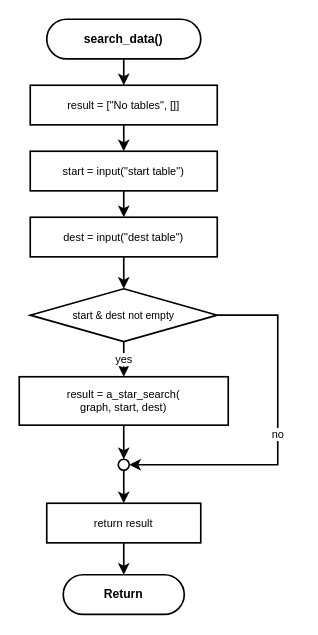
Above: program002/flowchart/08_search_data.drawio in kittiphong064008-cyber/AI-Coding (draw.io), before the change. Source tidied: cells renumbered, new cells numbered last; positions are measured from the earlier drawing's top-left corner, leaving out a move shared by most shapes. Both pictures are drawn from the tidied source at 110%, with x=0, y=0 at pixel (19, 19).
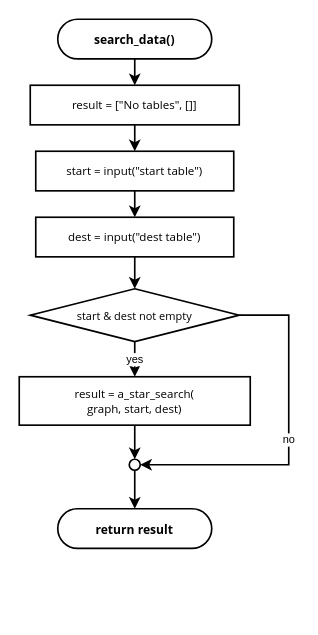
The same page after the edit.

Change to the diagram source:
```diff
@@
-    <mxCell id="2" value="search_data()" style="rounded=1;whiteSpace=wrap;html=1;arcSize=50;fillColor=#ffffff;strokeColor=#000000;strokeWidth=1.5;fontSize=11;fontFamily=Helvetica;fontStyle=1;" parent="1" vertex="1">
-      <mxGeometry x="25" width="140" height="36" as="geometry" />
+    <mxCell id="2" value="search_data()" style="rounded=1;whiteSpace=wrap;html=1;arcSize=50;fillColor=#ffffff;strokeColor=#000000;strokeWidth=1.5;fontSize=11;fontFamily=Segoe UI;fontStyle=1;" parent="1" vertex="1">
+      <mxGeometry x="35" width="140" height="36" as="geometry" />
     </mxCell>
-    <mxCell id="3" value="result = [&quot;No tables&quot;, []]" style="rounded=0;whiteSpace=wrap;html=1;fillColor=#ffffff;strokeColor=#000000;strokeWidth=1.5;fontSize=10;fontFamily=Helvetica;" parent="1" vertex="1">
-      <mxGeometry x="10" y="60" width="170" height="36" as="geometry" />
+    <mxCell id="3" value="result = [&quot;No tables&quot;, []]" style="rounded=0;whiteSpace=wrap;html=1;fillColor=#ffffff;strokeColor=#000000;strokeWidth=1.5;fontSize=10.5;fontFamily=Segoe UI;" parent="1" vertex="1">
+      <mxGeometry x="10" y="60" width="190" height="36" as="geometry" />
     </mxCell>
-    <mxCell id="4" value="start = input(&quot;start table&quot;)" style="rounded=0;whiteSpace=wrap;html=1;fillColor=#ffffff;strokeColor=#000000;strokeWidth=1.5;fontSize=10;fontFamily=Helvetica;" parent="1" vertex="1">
-      <mxGeometry x="10" y="120" width="170" height="36" as="geometry" />
+    <mxCell id="4" value="start = input(&quot;start table&quot;)" style="rounded=0;whiteSpace=wrap;html=1;fillColor=#ffffff;strokeColor=#000000;strokeWidth=1.5;fontSize=10.5;fontFamily=Segoe UI;" parent="1" vertex="1">
+      <mxGeometry x="15" y="120" width="180" height="36" as="geometry" />
     </mxCell>
-    <mxCell id="5" value="dest = input(&quot;dest table&quot;)" style="rounded=0;whiteSpace=wrap;html=1;fillColor=#ffffff;strokeColor=#000000;strokeWidth=1.5;fontSize=10;fontFamily=Helvetica;" parent="1" vertex="1">
-      <mxGeometry x="10" y="180" width="170" height="36" as="geometry" />
+    <mxCell id="5" value="dest = input(&quot;dest table&quot;)" style="rounded=0;whiteSpace=wrap;html=1;fillColor=#ffffff;strokeColor=#000000;strokeWidth=1.5;fontSize=10.5;fontFamily=Segoe UI;" parent="1" vertex="1">
+      <mxGeometry x="15" y="180" width="180" height="36" as="geometry" />
     </mxCell>
-    <mxCell id="6" value="start &amp; dest not empty" style="rhombus;whiteSpace=wrap;html=1;fillColor=#ffffff;strokeColor=#000000;strokeWidth=1.5;fontSize=9.5;fontFamily=Helvetica;" parent="1" vertex="1">
-      <mxGeometry x="10" y="245" width="170" height="48" as="geometry" />
+    <mxCell id="6" value="start &amp; dest not empty" style="rhombus;whiteSpace=wrap;html=1;fillColor=#ffffff;strokeColor=#000000;strokeWidth=1.5;fontSize=10;fontFamily=Segoe UI;" parent="1" vertex="1">
+      <mxGeometry x="10" y="245" width="190" height="48" as="geometry" />
     </mxCell>
-    <mxCell id="7" value="result = a_star_search(&#10;graph, start, dest)" style="rounded=0;whiteSpace=wrap;html=1;fillColor=#ffffff;strokeColor=#000000;strokeWidth=1.5;fontSize=10;fontFamily=Helvetica;" parent="1" vertex="1">
-      <mxGeometry y="325" width="190" height="44" as="geometry" />
+    <mxCell id="7" value="result = a_star_search(&#10;graph, start, dest)" style="rounded=0;whiteSpace=wrap;html=1;fillColor=#ffffff;strokeColor=#000000;strokeWidth=1.5;fontSize=10.5;fontFamily=Segoe UI;" parent="1" vertex="1">
+      <mxGeometry y="325" width="210" height="44" as="geometry" />
     </mxCell>
     <mxCell id="8" style="ellipse;whiteSpace=wrap;html=1;fillColor=#ffffff;strokeColor=#000000;strokeWidth=1.5;" parent="1" vertex="1">
-      <mxGeometry x="90" y="400" width="10" height="10" as="geometry" />
+      <mxGeometry x="100" y="400" width="10" height="10" as="geometry" />
     </mxCell>
-    <mxCell id="9" value="return result" style="rounded=0;whiteSpace=wrap;html=1;fillColor=#ffffff;strokeColor=#000000;strokeWidth=1.5;fontSize=10;fontFamily=Helvetica;" parent="1" vertex="1">
-      <mxGeometry x="25" y="440" width="140" height="36" as="geometry" />
-    </mxCell>
-    <mxCell id="10" value="Return" style="rounded=1;whiteSpace=wrap;html=1;arcSize=50;fillColor=#ffffff;strokeColor=#000000;strokeWidth=1.5;fontSize=11;fontFamily=Helvetica;fontStyle=1;" parent="1" vertex="1">
-      <mxGeometry x="40" y="505" width="110" height="36" as="geometry" />
+    <mxCell id="10" value="return result" style="rounded=1;whiteSpace=wrap;html=1;arcSize=50;fillColor=#ffffff;strokeColor=#000000;strokeWidth=1.5;fontSize=11;fontFamily=Segoe UI;fontStyle=1;" parent="1" vertex="1">
+      <mxGeometry x="35" y="445" width="140" height="36" as="geometry" />
     </mxCell>
@@
     <mxCell id="17" value="no" style="edgeStyle=orthogonalEdgeStyle;rounded=0;jettySize=auto;html=1;strokeWidth=1.5;strokeColor=#000000;fontSize=10;fontColor=#000000;exitX=1;exitY=0.5;exitDx=0;exitDy=0;entryX=1;entryY=0.5;entryDx=0;entryDy=0;" parent="1" edge="1" source="6" target="8">
       <mxGeometry relative="1" as="geometry">
         <Array as="points">
-          <mxPoint x="235" y="269" />
-          <mxPoint x="235" y="405" />
+          <mxPoint x="245" y="269" />
+          <mxPoint x="245" y="405" />
         </Array>
       </mxGeometry>
     </mxCell>
-    <mxCell id="18" style="edgeStyle=orthogonalEdgeStyle;rounded=0;jettySize=auto;html=1;strokeWidth=1.5;strokeColor=#000000;fontSize=10;fontColor=#000000;" parent="1" edge="1" source="8" target="9">
+    <mxCell id="18" style="edgeStyle=orthogonalEdgeStyle;rounded=0;jettySize=auto;html=1;strokeWidth=1.5;strokeColor=#000000;fontSize=10;fontColor=#000000;" parent="1" edge="1" source="8" target="10">
       <mxGeometry relative="1" as="geometry" />
     </mxCell>
-    <mxCell id="19" style="edgeStyle=orthogonalEdgeStyle;rounded=0;jettySize=auto;html=1;strokeWidth=1.5;strokeColor=#000000;fontSize=10;fontColor=#000000;" parent="1" edge="1" source="9" target="10">
-      <mxGeometry relative="1" as="geometry" />
-    </mxCell>
```
